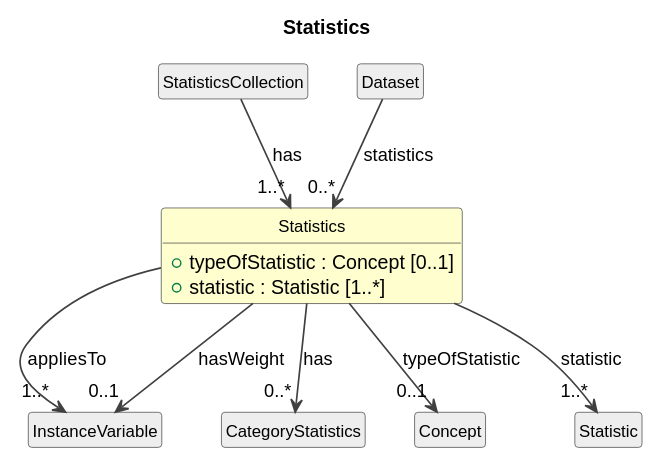
Before: cdif-uml-model/BasicDataDescription/Classes/Statistics.svg, a diagram exported from PlantUML (Cross-Domain-Interoperability-Framework/metadataBuildingBlocks).
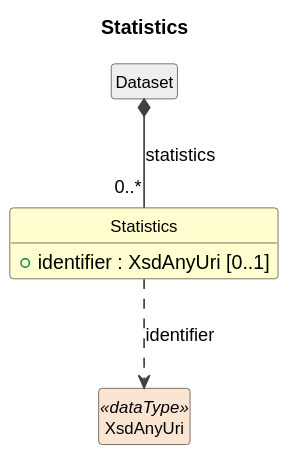
Later version of the same file.

What changed in the source:
```diff
@@ -11,20 +11,10 @@
 }
 
 class "Statistics" as Statistics #FEFECE {
-  +typeOfStatistic : Concept [0..1]
-  +statistic : Statistic [1..*]
+  +identifier : XsdAnyUri [0..1]
 }
-class "InstanceVariable" as InstanceVariable #EEEEEE
-Statistics --> "1..*" InstanceVariable : appliesTo
-Statistics --> "0..1" InstanceVariable : hasWeight
-class "CategoryStatistics" as CategoryStatistics #EEEEEE
-Statistics --> "0..*" CategoryStatistics : has
-class "StatisticsCollection" as StatisticsCollection #EEEEEE
-StatisticsCollection --> "1..*" Statistics : has
 class "Dataset" as Dataset #EEEEEE
-Dataset --> "0..*" Statistics : statistics
-class "Concept" as Concept #EEEEEE
-Statistics --> "0..1" Concept : typeOfStatistic
-class "Statistic" as Statistic #EEEEEE
-Statistics --> "1..*" Statistic : statistic
+Dataset *-- "0..*" Statistics : statistics
+class "XsdAnyUri" as XsdAnyUri <<dataType>> #FAE5D3
+Statistics ..> XsdAnyUri : identifier
 @enduml
```
